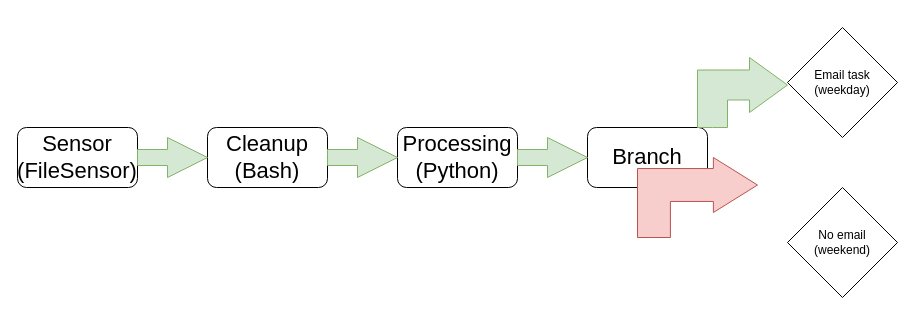
dannytheanalyst911/AIrflow-production-pipeline keeps this draw.io diagram as dag_example.drawio. Above is the earlier version. Source tidied: cells renumbered, new cells numbered last; positions are measured from the earlier drawing's top-left corner, leaving out a move shared by most shapes. Both pictures are drawn from the tidied source at 100%, with x=0, y=0 at pixel (17, 27).
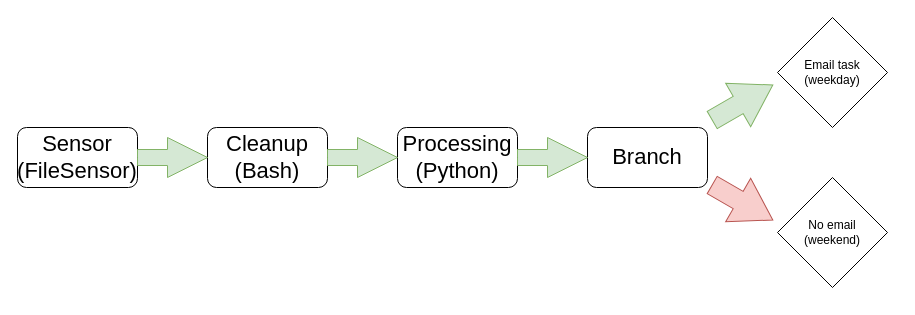
The same page after the edit.

What changed in the source:
```diff
@@
 <mxGraphModel>
   <root>
     <mxCell id="0" />
     <mxCell id="1" parent="0" />
     <mxCell id="2" value="&lt;font style=&quot;font-size: 22px;&quot;&gt;Sensor&lt;br&gt;(FileSensor)&lt;br&gt;&lt;/font&gt;" style="rounded=1;whiteSpace=wrap;html=1;" parent="1" vertex="1">
       <mxGeometry y="100" width="120" height="60" as="geometry" />
     </mxCell>
     <mxCell id="3" value="&lt;span style=&quot;font-size: 22px;&quot;&gt;Cleanup&lt;br&gt;(Bash)&lt;br&gt;&lt;/span&gt;" style="rounded=1;whiteSpace=wrap;html=1;" parent="1" vertex="1">
       <mxGeometry x="190" y="100" width="120" height="60" as="geometry" />
     </mxCell>
     <mxCell id="4" value="&lt;span style=&quot;font-size: 22px;&quot;&gt;Processing&lt;br&gt;(Python)&lt;br&gt;&lt;/span&gt;" style="rounded=1;whiteSpace=wrap;html=1;" parent="1" vertex="1">
       <mxGeometry x="380" y="100" width="120" height="60" as="geometry" />
     </mxCell>
     <mxCell id="5" value="&lt;font style=&quot;font-size: 22px;&quot;&gt;Branch&lt;br&gt;&lt;/font&gt;" style="rounded=1;whiteSpace=wrap;html=1;" parent="1" vertex="1">
       <mxGeometry x="570" y="100" width="120" height="60" as="geometry" />
     </mxCell>
     <mxCell id="6" value="Email task&lt;br&gt;(weekday)" style="rhombus;whiteSpace=wrap;html=1;" parent="1" vertex="1">
-      <mxGeometry x="770" width="110" height="110" as="geometry" />
+      <mxGeometry x="760" y="-10" width="110" height="110" as="geometry" />
     </mxCell>
     <mxCell id="7" value="No email&lt;br&gt;(weekend)" style="rhombus;whiteSpace=wrap;html=1;" parent="1" vertex="1">
-      <mxGeometry x="770" y="160" width="110" height="110" as="geometry" />
+      <mxGeometry x="760" y="150" width="110" height="110" as="geometry" />
     </mxCell>
     <mxCell id="8" style="html=1;shadow=0;dashed=0;align=center;verticalAlign=middle;shape=mxgraph.arrows2.arrow;dy=0.6;dx=40;notch=0;fillColor=#d5e8d4;strokeColor=#82b366;" parent="1" vertex="1">
       <mxGeometry x="120" y="110" width="70" height="40" as="geometry" />
     </mxCell>
     <mxCell id="9" style="html=1;shadow=0;dashed=0;align=center;verticalAlign=middle;shape=mxgraph.arrows2.arrow;dy=0.6;dx=40;notch=0;fillColor=#d5e8d4;strokeColor=#82b366;" parent="1" vertex="1">
       <mxGeometry x="310" y="110" width="70" height="40" as="geometry" />
     </mxCell>
     <mxCell id="10" style="html=1;shadow=0;dashed=0;align=center;verticalAlign=middle;shape=mxgraph.arrows2.arrow;dy=0.6;dx=40;notch=0;fillColor=#d5e8d4;strokeColor=#82b366;" parent="1" vertex="1">
       <mxGeometry x="500" y="110" width="70" height="40" as="geometry" />
     </mxCell>
-    <mxCell id="11" style="html=1;shadow=0;dashed=0;align=center;verticalAlign=middle;shape=mxgraph.arrows2.bendArrow;dy=15;dx=38;notch=0;arrowHead=55;rounded=0;fillColor=#d5e8d4;strokeColor=#82b366;" parent="1" vertex="1">
-      <mxGeometry x="680" y="30" width="90" height="70" as="geometry" />
-    </mxCell>
-    <mxCell id="12" style="html=1;shadow=0;dashed=0;align=center;verticalAlign=middle;shape=mxgraph.arrows2.bendArrow;dy=16.46;dx=44.12;notch=0;arrowHead=55;rounded=0;fillColor=#f8cecc;strokeColor=#b85450;rotation=0;" parent="1" vertex="1">
-      <mxGeometry x="620" y="130" width="120" height="80" as="geometry" />
-    </mxCell>
+    <mxCell id="13" style="html=1;shadow=0;dashed=0;align=center;verticalAlign=middle;shape=mxgraph.arrows2.arrow;dy=0.6;dx=40;notch=0;rotation=-30;fillColor=#d5e8d4;strokeColor=#82b366;" parent="1" vertex="1">
+      <mxGeometry x="690" y="50" width="70" height="50" as="geometry" />
+    </mxCell>
+    <mxCell id="14" style="html=1;shadow=0;dashed=0;align=center;verticalAlign=middle;shape=mxgraph.arrows2.arrow;dy=0.6;dx=40;notch=0;rotation=30;fillColor=#f8cecc;strokeColor=#b85450;" parent="1" vertex="1">
+      <mxGeometry x="690" y="150" width="70" height="50" as="geometry" />
+    </mxCell>
   </root>
 </mxGraphModel>
```
